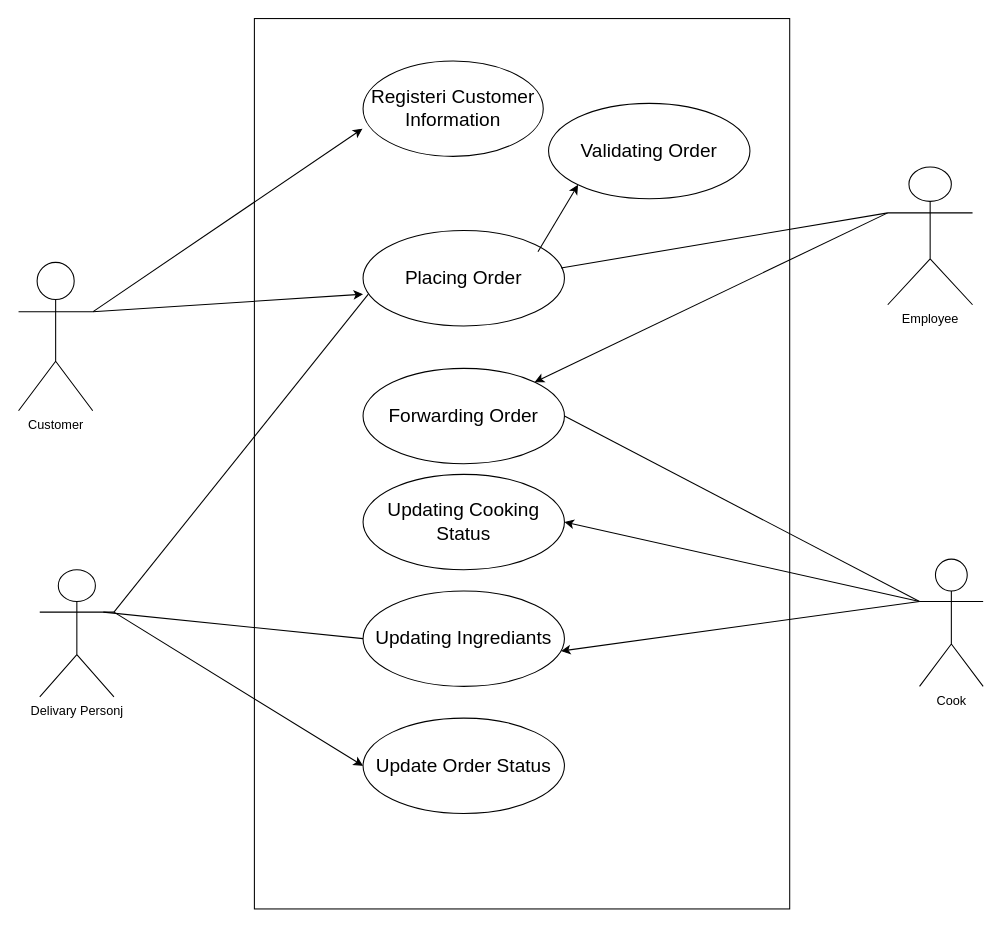
Earlier version of the draw.io diagram Untitled Diagram.drawio (Yuna529/SystemAnalysis). Source tidied: cells renumbered, new cells numbered last; positions are measured from the earlier drawing's top-left corner, leaving out a move shared by most shapes. Both pictures are drawn from the tidied source at 106%, with x=0, y=0 at pixel (18, 18).
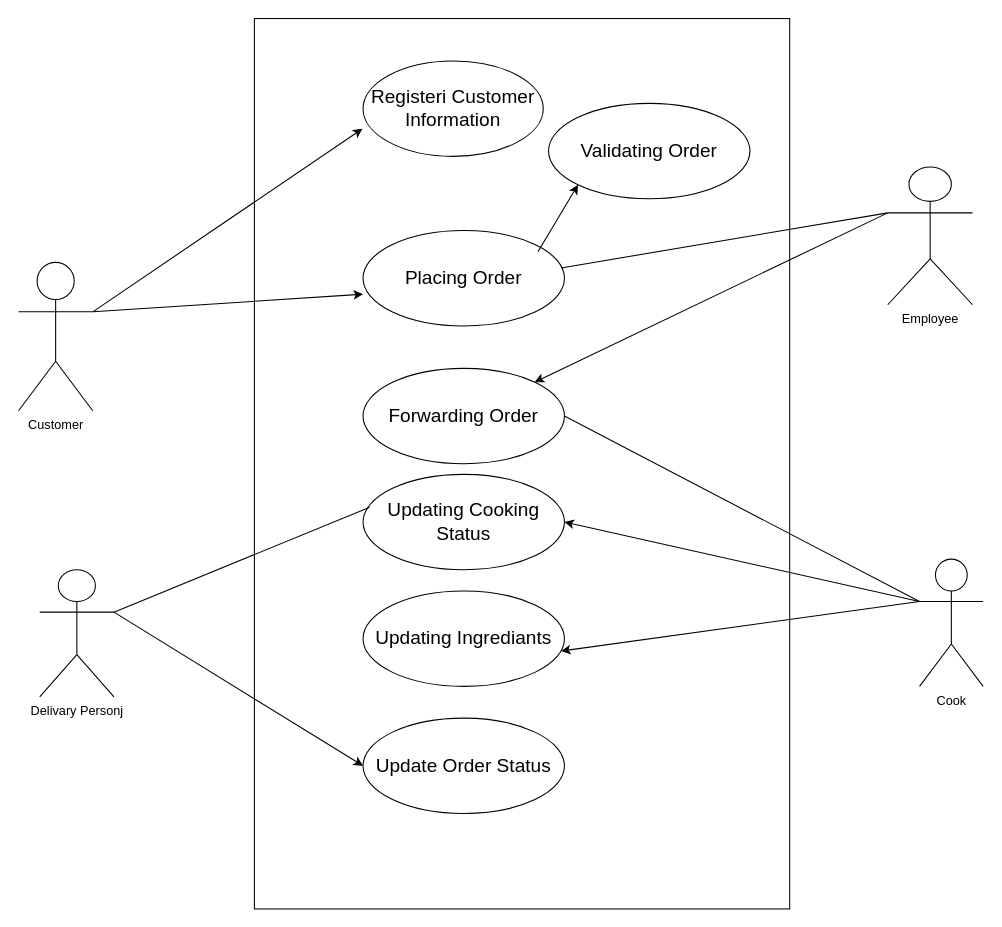
The same diagram, later.

Unchanged cells that the change refers to:
```xml
<mxCell id="5" value="&lt;font style=&quot;font-size: 18px;&quot;&gt;Updating Cooking Status&lt;/font&gt;" style="ellipse;whiteSpace=wrap;html=1;" parent="1" vertex="1">
  <mxGeometry x="325" y="430" width="190" height="90" as="geometry" />
</mxCell>
<mxCell id="6" value="&lt;font style=&quot;font-size: 18px;&quot;&gt;Updating Ingrediants&lt;/font&gt;" style="ellipse;whiteSpace=wrap;html=1;" parent="1" vertex="1">
  <mxGeometry x="325" y="540" width="190" height="90" as="geometry" />
</mxCell>
<mxCell id="11" value="Delivary Personj" style="shape=umlActor;verticalLabelPosition=bottom;verticalAlign=top;html=1;outlineConnect=0;" parent="1" vertex="1">
  <mxGeometry x="20" y="520" width="70" height="120" as="geometry" />
</mxCell>
```

The edit, as a diff of the source:
```diff
@@
-    <mxCell id="22" style="endArrow=none;html=1;rounded=0;exitX=1;exitY=0.3333333333333333;exitDx=0;exitDy=0;exitPerimeter=0;" parent="1" edge="1" source="11">
-      <mxGeometry relative="1" as="geometry">
-        <mxPoint x="330" y="260" as="targetPoint" />
-      </mxGeometry>
-    </mxCell>
-    <mxCell id="23" style="endArrow=none;html=1;rounded=0;entryX=0;entryY=0.5;entryDx=0;entryDy=0;exitX=0.857;exitY=0.333;exitDx=0;exitDy=0;exitPerimeter=0;" parent="1" edge="1" source="11" target="6">
-      <mxGeometry relative="1" as="geometry" />
-    </mxCell>
@@
+    <mxCell id="26" style="endArrow=none;html=1;rounded=0;exitX=1;exitY=0.3333333333333333;exitDx=0;exitDy=0;exitPerimeter=0;entryX=0.032;entryY=0.346;entryDx=0;entryDy=0;entryPerimeter=0;" parent="1" edge="1" source="11" target="5">
+      <mxGeometry relative="1" as="geometry" />
+    </mxCell>
```
